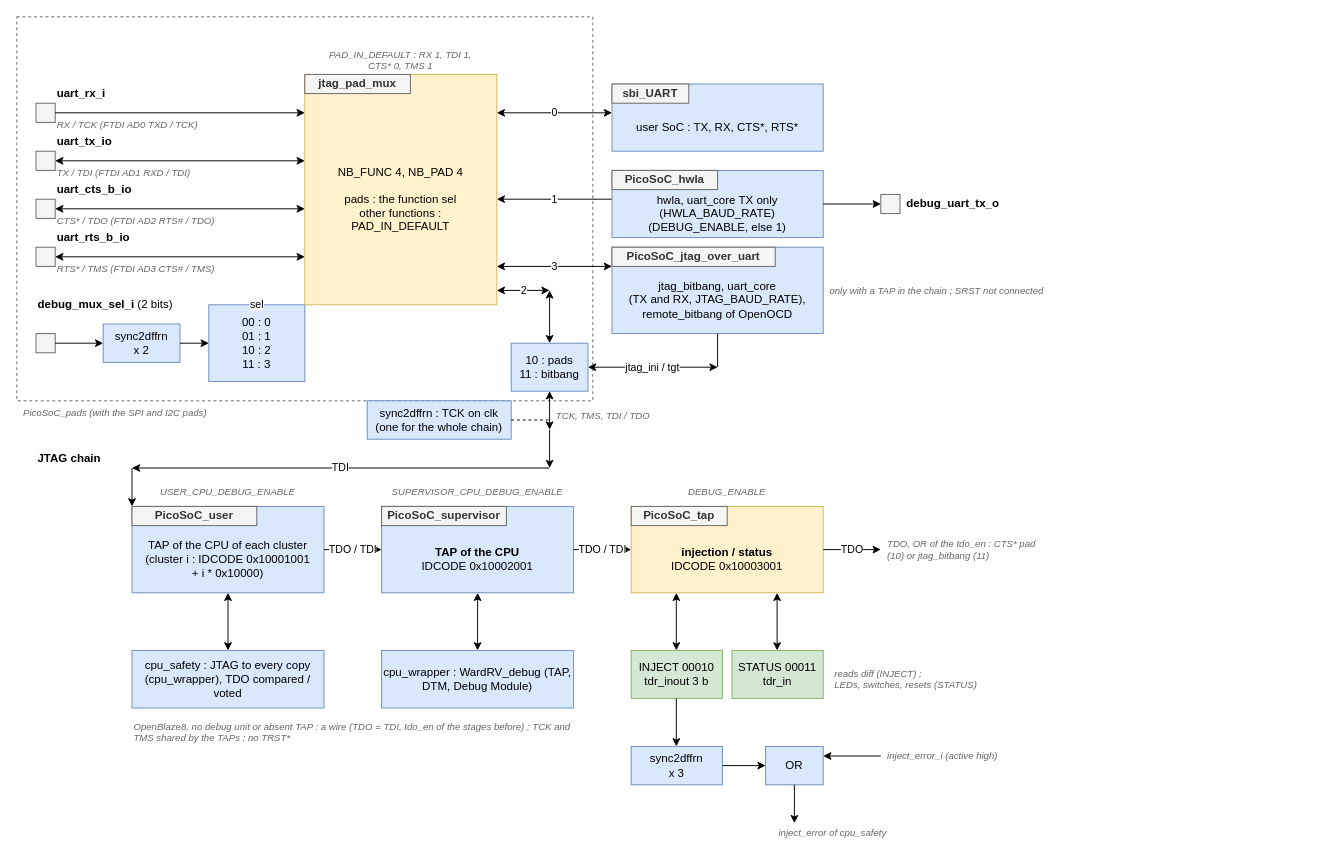
Earlier version of the draw.io diagram page "jtag" (4 of 4) of doc/picosoc.drawio (deuskane/asylum-soc-picosoc). Source tidied: cells renumbered, new cells numbered last; positions are measured from the earlier drawing's top-left corner, leaving out a move shared by most shapes. Both pictures are drawn from the tidied source at 96%, with x=0, y=0 at pixel (16, 16).
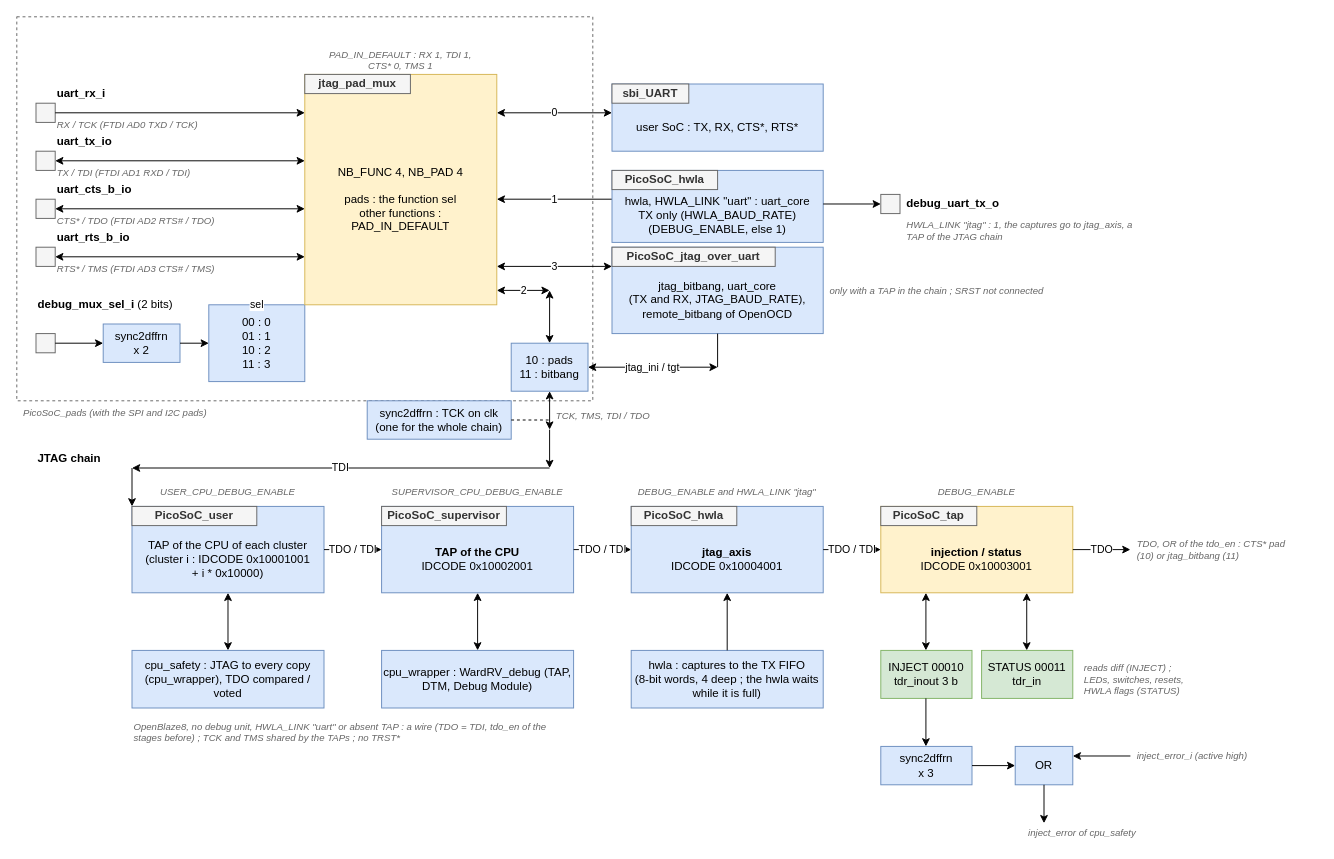
The same diagram, later.

Change to the diagram source:
```diff
@@
     <mxCell id="36" style="rounded=0;whiteSpace=wrap;html=1;fillColor=#dae8fc;strokeColor=#6c8ebf;" parent="1" vertex="1">
-      <mxGeometry x="620" y="160" width="220" height="70" as="geometry" />
+      <mxGeometry x="620" y="160" width="220" height="75" as="geometry" />
     </mxCell>
@@
-    <mxCell id="38" value="hwla, uart_core TX only (HWLA_BAUD_RATE)&lt;br&gt;(DEBUG_ENABLE, else 1)" style="text;html=1;whiteSpace=wrap;strokeColor=none;fillColor=none;verticalAlign=middle;rounded=0;align=center;" parent="1" vertex="1">
-      <mxGeometry x="630" y="185" width="200" height="40" as="geometry" />
+    <mxCell id="38" value="hwla, HWLA_LINK &quot;uart&quot; : uart_core&lt;br&gt;TX only (HWLA_BAUD_RATE)&lt;br&gt;(DEBUG_ENABLE, else 1)" style="text;html=1;whiteSpace=wrap;strokeColor=none;fillColor=none;verticalAlign=middle;rounded=0;align=center;" parent="1" vertex="1">
+      <mxGeometry x="630" y="182" width="200" height="50" as="geometry" />
     </mxCell>
@@
     <mxCell id="70" value="DEBUG_ENABLE" style="text;html=1;whiteSpace=wrap;strokeColor=none;fillColor=none;verticalAlign=middle;rounded=0;fontSize=10;fontColor=#666666;fontStyle=2;align=center;" parent="1" vertex="1">
-      <mxGeometry x="640" y="485" width="200" height="20" as="geometry" />
+      <mxGeometry x="900" y="485" width="200" height="20" as="geometry" />
     </mxCell>
     <mxCell id="71" style="rounded=0;whiteSpace=wrap;html=1;fillColor=#fff2cc;strokeColor=#d6b656;" parent="1" vertex="1">
-      <mxGeometry x="640" y="510" width="200" height="90" as="geometry" />
+      <mxGeometry x="900" y="510" width="200" height="90" as="geometry" />
     </mxCell>
     <mxCell id="72" value="PicoSoC_tap" style="rounded=0;whiteSpace=wrap;html=1;fontStyle=1;fillColor=#f5f5f5;fontColor=#333333;strokeColor=#666666;" parent="1" vertex="1">
-      <mxGeometry x="640" y="510" width="100" height="20" as="geometry" />
+      <mxGeometry x="900" y="510" width="100" height="20" as="geometry" />
     </mxCell>
     <mxCell id="73" value="&lt;b&gt;injection / status&lt;/b&gt;&lt;br&gt;IDCODE 0x10003001" style="text;html=1;whiteSpace=wrap;strokeColor=none;fillColor=none;verticalAlign=middle;rounded=0;align=center;" parent="1" vertex="1">
-      <mxGeometry x="650" y="535" width="180" height="60" as="geometry" />
+      <mxGeometry x="910" y="535" width="180" height="60" as="geometry" />
     </mxCell>
     <mxCell id="74" value="TDO" style="edgeStyle=orthogonalEdgeStyle;rounded=0;html=1;endArrow=classic;endFill=1;" parent="1" edge="1">
       <mxGeometry relative="1" as="geometry">
-        <mxPoint x="840" y="555" as="sourcePoint" />
-        <mxPoint x="900" y="555" as="targetPoint" />
+        <mxPoint x="1100" y="555" as="sourcePoint" />
+        <mxPoint x="1160" y="555" as="targetPoint" />
       </mxGeometry>
     </mxCell>
     <mxCell id="75" value="TDO, OR of the tdo_en : CTS* pad (10) or jtag_bitbang (11)" style="text;html=1;whiteSpace=wrap;strokeColor=none;fillColor=none;verticalAlign=middle;rounded=0;fontSize=10;fontColor=#666666;fontStyle=2;align=left;" parent="1" vertex="1">
-      <mxGeometry x="905" y="540" width="160" height="30" as="geometry" />
+      <mxGeometry x="1165" y="540" width="160" height="30" as="geometry" />
     </mxCell>
-    <mxCell id="76" value="OpenBlaze8, no debug unit or absent TAP : a wire (TDO = TDI, tdo_en of the stages before) ; TCK and TMS shared by the TAPs ; no TRST*" style="text;html=1;whiteSpace=wrap;strokeColor=none;fillColor=none;verticalAlign=middle;rounded=0;fontSize=10;fontColor=#666666;fontStyle=2;align=left;" parent="1" vertex="1">
+    <mxCell id="76" value="OpenBlaze8, no debug unit, HWLA_LINK &quot;uart&quot; or absent TAP : a wire (TDO = TDI, tdo_en of the stages before) ; TCK and TMS shared by the TAPs ; no TRST*" style="text;html=1;whiteSpace=wrap;strokeColor=none;fillColor=none;verticalAlign=middle;rounded=0;fontSize=10;fontColor=#666666;fontStyle=2;align=left;" parent="1" vertex="1">
       <mxGeometry x="120" y="730" width="460" height="30" as="geometry" />
     </mxCell>
@@
     <mxCell id="82" value="INJECT 00010&lt;br&gt;tdr_inout 3 b" style="rounded=0;whiteSpace=wrap;html=1;fillColor=#d5e8d4;strokeColor=#82b366;" parent="1" vertex="1">
-      <mxGeometry x="640" y="660" width="95" height="50" as="geometry" />
+      <mxGeometry x="900" y="660" width="95" height="50" as="geometry" />
     </mxCell>
     <mxCell id="83" value="STATUS 00011&lt;br&gt;tdr_in" style="rounded=0;whiteSpace=wrap;html=1;fillColor=#d5e8d4;strokeColor=#82b366;" parent="1" vertex="1">
-      <mxGeometry x="745" y="660" width="95" height="50" as="geometry" />
+      <mxGeometry x="1005" y="660" width="95" height="50" as="geometry" />
     </mxCell>
     <mxCell id="84" style="edgeStyle=orthogonalEdgeStyle;rounded=0;html=1;endArrow=classic;endFill=1;startArrow=classic;startFill=1;" parent="1" edge="1">
       <mxGeometry relative="1" as="geometry">
-        <mxPoint x="687" y="600" as="sourcePoint" />
-        <mxPoint x="687" y="660" as="targetPoint" />
+        <mxPoint x="947" y="600" as="sourcePoint" />
+        <mxPoint x="947" y="660" as="targetPoint" />
       </mxGeometry>
     </mxCell>
     <mxCell id="85" style="edgeStyle=orthogonalEdgeStyle;rounded=0;html=1;endArrow=classic;endFill=1;startArrow=classic;startFill=1;" parent="1" edge="1">
       <mxGeometry relative="1" as="geometry">
-        <mxPoint x="792" y="600" as="sourcePoint" />
-        <mxPoint x="792" y="660" as="targetPoint" />
+        <mxPoint x="1052" y="600" as="sourcePoint" />
+        <mxPoint x="1052" y="660" as="targetPoint" />
       </mxGeometry>
     </mxCell>
     <mxCell id="86" style="edgeStyle=orthogonalEdgeStyle;rounded=0;html=1;endArrow=classic;endFill=1;" parent="1" edge="1">
       <mxGeometry relative="1" as="geometry">
-        <mxPoint x="687" y="710" as="sourcePoint" />
-        <mxPoint x="687" y="760" as="targetPoint" />
+        <mxPoint x="947" y="710" as="sourcePoint" />
+        <mxPoint x="947" y="760" as="targetPoint" />
       </mxGeometry>
     </mxCell>
     <mxCell id="87" value="sync2dffrn&lt;br&gt;x 3" style="rounded=0;whiteSpace=wrap;html=1;fillColor=#dae8fc;strokeColor=#6c8ebf;" parent="1" vertex="1">
-      <mxGeometry x="640" y="760" width="95" height="40" as="geometry" />
+      <mxGeometry x="900" y="760" width="95" height="40" as="geometry" />
     </mxCell>
     <mxCell id="88" style="edgeStyle=orthogonalEdgeStyle;rounded=0;html=1;endArrow=classic;endFill=1;" parent="1" edge="1">
       <mxGeometry relative="1" as="geometry">
-        <mxPoint x="735" y="780" as="sourcePoint" />
-        <mxPoint x="780" y="780" as="targetPoint" />
+        <mxPoint x="995" y="780" as="sourcePoint" />
+        <mxPoint x="1040" y="780" as="targetPoint" />
       </mxGeometry>
     </mxCell>
     <mxCell id="89" value="OR" style="rounded=0;whiteSpace=wrap;html=1;fillColor=#dae8fc;strokeColor=#6c8ebf;" parent="1" vertex="1">
-      <mxGeometry x="780" y="760" width="60" height="40" as="geometry" />
+      <mxGeometry x="1040" y="760" width="60" height="40" as="geometry" />
     </mxCell>
     <mxCell id="90" style="edgeStyle=orthogonalEdgeStyle;rounded=0;html=1;endArrow=classic;endFill=1;" parent="1" edge="1">
       <mxGeometry relative="1" as="geometry">
-        <mxPoint x="900" y="770" as="sourcePoint" />
-        <mxPoint x="840" y="770" as="targetPoint" />
+        <mxPoint x="1160" y="770" as="sourcePoint" />
+        <mxPoint x="1100" y="770" as="targetPoint" />
       </mxGeometry>
     </mxCell>
     <mxCell id="91" value="inject_error_i (active high)" style="text;html=1;whiteSpace=wrap;strokeColor=none;fillColor=none;verticalAlign=middle;rounded=0;fontSize=10;fontColor=#666666;fontStyle=2;align=left;" parent="1" vertex="1">
-      <mxGeometry x="905" y="755" width="190" height="30" as="geometry" />
+      <mxGeometry x="1165" y="755" width="190" height="30" as="geometry" />
     </mxCell>
     <mxCell id="92" style="edgeStyle=orthogonalEdgeStyle;rounded=0;html=1;endArrow=classic;endFill=1;" parent="1" edge="1">
       <mxGeometry relative="1" as="geometry">
-        <mxPoint x="810" y="800" as="sourcePoint" />
-        <mxPoint x="810" y="840" as="targetPoint" />
+        <mxPoint x="1070" y="800" as="sourcePoint" />
+        <mxPoint x="1070" y="840" as="targetPoint" />
       </mxGeometry>
     </mxCell>
     <mxCell id="93" value="inject_error of cpu_safety" style="text;html=1;whiteSpace=wrap;strokeColor=none;fillColor=none;verticalAlign=middle;rounded=0;fontSize=10;fontColor=#666666;fontStyle=2;align=center;" parent="1" vertex="1">
-      <mxGeometry x="740" y="840" width="220" height="20" as="geometry" />
+      <mxGeometry x="1000" y="840" width="220" height="20" as="geometry" />
     </mxCell>
-    <mxCell id="94" value="reads diff (INJECT) ;&lt;br&gt;LEDs, switches, resets (STATUS)" style="text;html=1;whiteSpace=wrap;strokeColor=none;fillColor=none;verticalAlign=middle;rounded=0;fontSize=10;fontColor=#666666;fontStyle=2;align=left;" parent="1" vertex="1">
-      <mxGeometry x="850" y="665" width="240" height="50" as="geometry" />
+    <mxCell id="94" value="reads diff (INJECT) ;&lt;br&gt;LEDs, switches, resets,&lt;br&gt;HWLA flags (STATUS)" style="text;html=1;whiteSpace=wrap;strokeColor=none;fillColor=none;verticalAlign=middle;rounded=0;fontSize=10;fontColor=#666666;fontStyle=2;align=left;" parent="1" vertex="1">
+      <mxGeometry x="1110" y="665" width="240" height="50" as="geometry" />
     </mxCell>
+    <mxCell id="95" value="HWLA_LINK &quot;jtag&quot; : 1, the captures go to jtag_axis, a TAP of the JTAG chain" style="text;html=1;whiteSpace=wrap;strokeColor=none;fillColor=none;verticalAlign=middle;rounded=0;fontSize=10;fontColor=#666666;fontStyle=2;align=left;" parent="1" vertex="1">
+      <mxGeometry x="925" y="208" width="250" height="30" as="geometry" />
+    </mxCell>
+    <mxCell id="96" value="DEBUG_ENABLE and HWLA_LINK &quot;jtag&quot;" style="text;html=1;whiteSpace=wrap;strokeColor=none;fillColor=none;verticalAlign=middle;rounded=0;fontSize=10;fontColor=#666666;fontStyle=2;align=center;" parent="1" vertex="1">
+      <mxGeometry x="640" y="485" width="200" height="20" as="geometry" />
+    </mxCell>
+    <mxCell id="97" style="rounded=0;whiteSpace=wrap;html=1;fillColor=#dae8fc;strokeColor=#6c8ebf;" parent="1" vertex="1">
+      <mxGeometry x="640" y="510" width="200" height="90" as="geometry" />
+    </mxCell>
+    <mxCell id="98" value="PicoSoC_hwla" style="rounded=0;whiteSpace=wrap;html=1;fontStyle=1;fillColor=#f5f5f5;fontColor=#333333;strokeColor=#666666;" parent="1" vertex="1">
+      <mxGeometry x="640" y="510" width="110" height="20" as="geometry" />
+    </mxCell>
+    <mxCell id="99" value="&lt;b&gt;jtag_axis&lt;/b&gt;&lt;br&gt;IDCODE 0x10004001" style="text;html=1;whiteSpace=wrap;strokeColor=none;fillColor=none;verticalAlign=middle;rounded=0;align=center;" parent="1" vertex="1">
+      <mxGeometry x="650" y="535" width="180" height="60" as="geometry" />
+    </mxCell>
+    <mxCell id="100" value="TDO / TDI" style="edgeStyle=orthogonalEdgeStyle;rounded=0;html=1;endArrow=classic;endFill=1;" parent="1" edge="1">
+      <mxGeometry relative="1" as="geometry">
+        <mxPoint x="840" y="555" as="sourcePoint" />
+        <mxPoint x="900" y="555" as="targetPoint" />
+      </mxGeometry>
+    </mxCell>
+    <mxCell id="101" value="hwla : captures to the TX FIFO&lt;br&gt;(8-bit words, 4 deep ; the hwla waits while it is full)" style="rounded=0;whiteSpace=wrap;html=1;fillColor=#dae8fc;strokeColor=#6c8ebf;" parent="1" vertex="1">
+      <mxGeometry x="640" y="660" width="200" height="60" as="geometry" />
+    </mxCell>
+    <mxCell id="102" style="edgeStyle=orthogonalEdgeStyle;rounded=0;html=1;endArrow=classic;endFill=1;" parent="1" edge="1">
+      <mxGeometry relative="1" as="geometry">
+        <mxPoint x="740" y="660" as="sourcePoint" />
+        <mxPoint x="740" y="600" as="targetPoint" />
+      </mxGeometry>
+    </mxCell>
```
